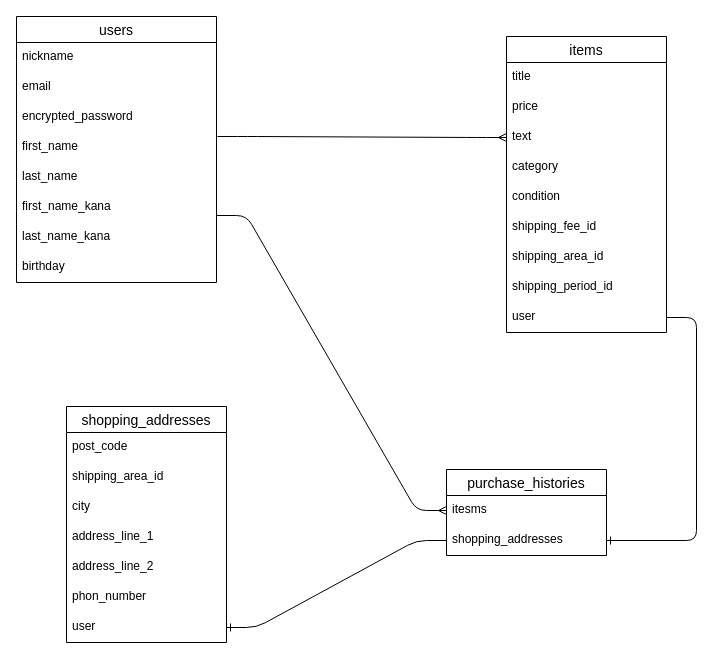
Ueta0709/furima-38459 keeps this draw.io diagram as furima_ER.dio. Above is the earlier version. Source tidied: cells renumbered, new cells numbered last; positions are measured from the earlier drawing's top-left corner, leaving out a move shared by most shapes. Both pictures are drawn from the tidied source at 100%, with x=0, y=0 at pixel (16, 16).
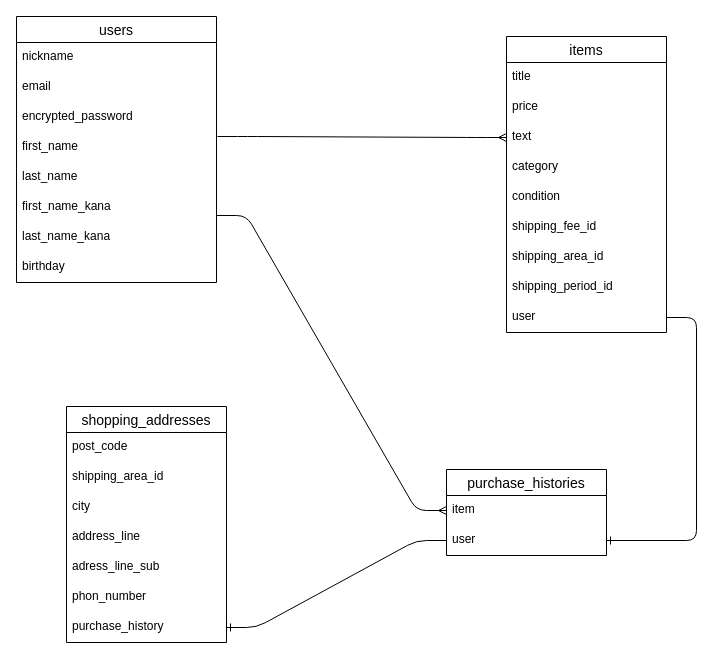
The same diagram, later.

Unchanged cells that the change refers to:
```xml
<mxCell id="22" value="shopping_addresses" style="swimlane;fontStyle=0;horizontal=1;startSize=26;align=center;fontSize=14;" parent="1" vertex="1">
  <mxGeometry x="50" y="390" width="160" height="236" as="geometry" />
</mxCell>
<mxCell id="30" value="purchase_histories" style="swimlane;fontStyle=0;horizontal=1;startSize=26;align=center;fontSize=14;strokeColor=default;" parent="1" vertex="1">
  <mxGeometry x="430" y="453" width="160" height="86" as="geometry" />
</mxCell>
```

Diff of the diagram source:
```diff
@@
-    <mxCell id="26" value="address_line_1" style="text;strokeColor=none;fillColor=none;spacingLeft=4;spacingRight=4;overflow=hidden;fontSize=12;" parent="22" vertex="1">
+    <mxCell id="26" value="address_line" style="text;strokeColor=none;fillColor=none;spacingLeft=4;spacingRight=4;overflow=hidden;fontSize=12;" parent="22" vertex="1">
       <mxGeometry y="116" width="160" height="30" as="geometry" />
     </mxCell>
-    <mxCell id="27" value="address_line_2" style="text;strokeColor=none;fillColor=none;spacingLeft=4;spacingRight=4;overflow=hidden;fontSize=12;" parent="22" vertex="1">
+    <mxCell id="27" value="adress_line_sub" style="text;strokeColor=none;fillColor=none;spacingLeft=4;spacingRight=4;overflow=hidden;fontSize=12;" parent="22" vertex="1">
       <mxGeometry y="146" width="160" height="30" as="geometry" />
     </mxCell>
@@
-    <mxCell id="29" value="user" style="text;strokeColor=none;fillColor=none;spacingLeft=4;spacingRight=4;overflow=hidden;points=[[0,0.5],[1,0.5]];portConstraint=eastwest;fontSize=12;" parent="22" vertex="1">
+    <mxCell id="29" value="purchase_history" style="text;strokeColor=none;fillColor=none;spacingLeft=4;spacingRight=4;overflow=hidden;points=[[0,0.5],[1,0.5]];portConstraint=eastwest;fontSize=12;" parent="22" vertex="1">
       <mxGeometry y="206" width="160" height="30" as="geometry" />
     </mxCell>
@@
-    <mxCell id="31" value="itesms" style="text;strokeColor=none;fillColor=none;spacingLeft=4;spacingRight=4;overflow=hidden;points=[[0,0.5],[1,0.5]];portConstraint=eastwest;fontSize=12;" parent="30" vertex="1">
+    <mxCell id="31" value="item" style="text;strokeColor=none;fillColor=none;spacingLeft=4;spacingRight=4;overflow=hidden;points=[[0,0.5],[1,0.5]];portConstraint=eastwest;fontSize=12;" parent="30" vertex="1">
       <mxGeometry y="26" width="160" height="30" as="geometry" />
     </mxCell>
-    <mxCell id="32" value="shopping_addresses&#10;" style="text;strokeColor=none;fillColor=none;spacingLeft=4;spacingRight=4;overflow=hidden;points=[[0,0.5],[1,0.5]];portConstraint=eastwest;fontSize=12;" parent="30" vertex="1">
+    <mxCell id="32" value="user" style="text;strokeColor=none;fillColor=none;spacingLeft=4;spacingRight=4;overflow=hidden;points=[[0,0.5],[1,0.5]];portConstraint=eastwest;fontSize=12;" parent="30" vertex="1">
       <mxGeometry y="56" width="160" height="30" as="geometry" />
     </mxCell>
```
